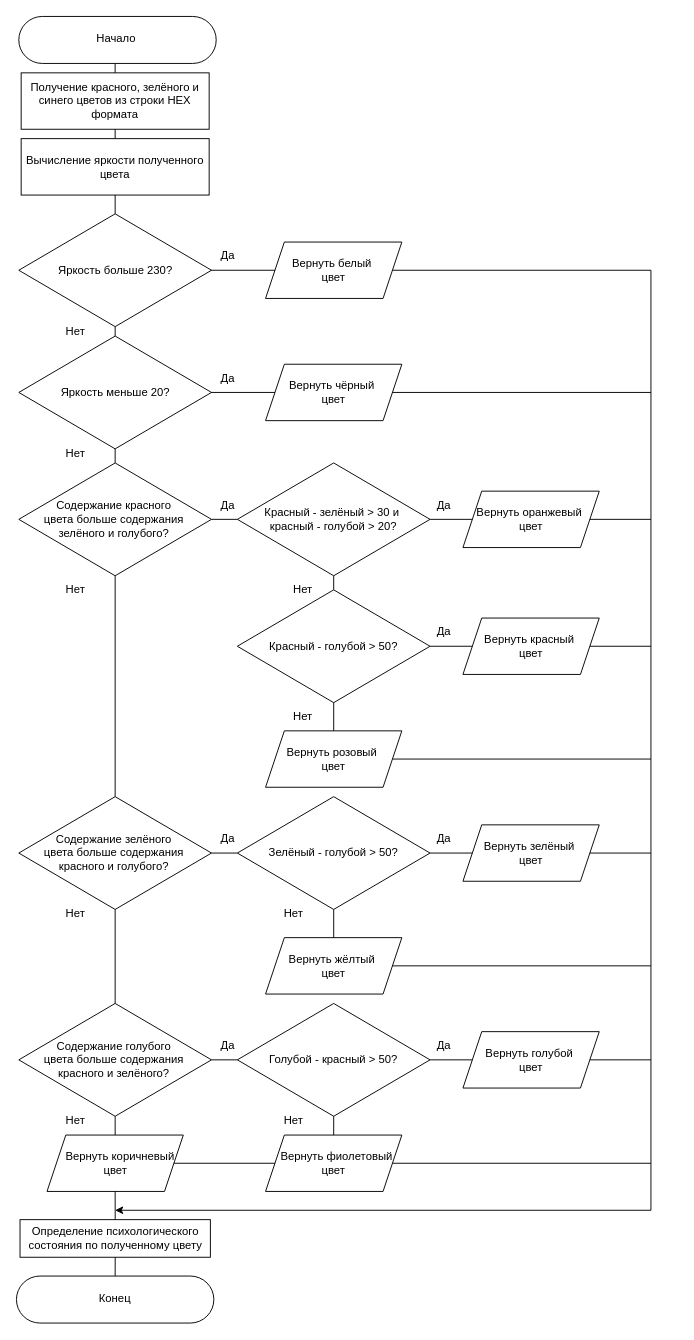
Earlier version of the draw.io diagram reports/Diagrams/alogorythms/psychoColor/psychoColor.drawio (EgorSasim/diary-finances-tracker-app). Source tidied: cells renumbered, new cells numbered last; positions are measured from the earlier drawing's top-left corner, leaving out a move shared by most shapes. Both pictures are drawn from the tidied source at 94%, with x=0, y=0 at pixel (16, 16).
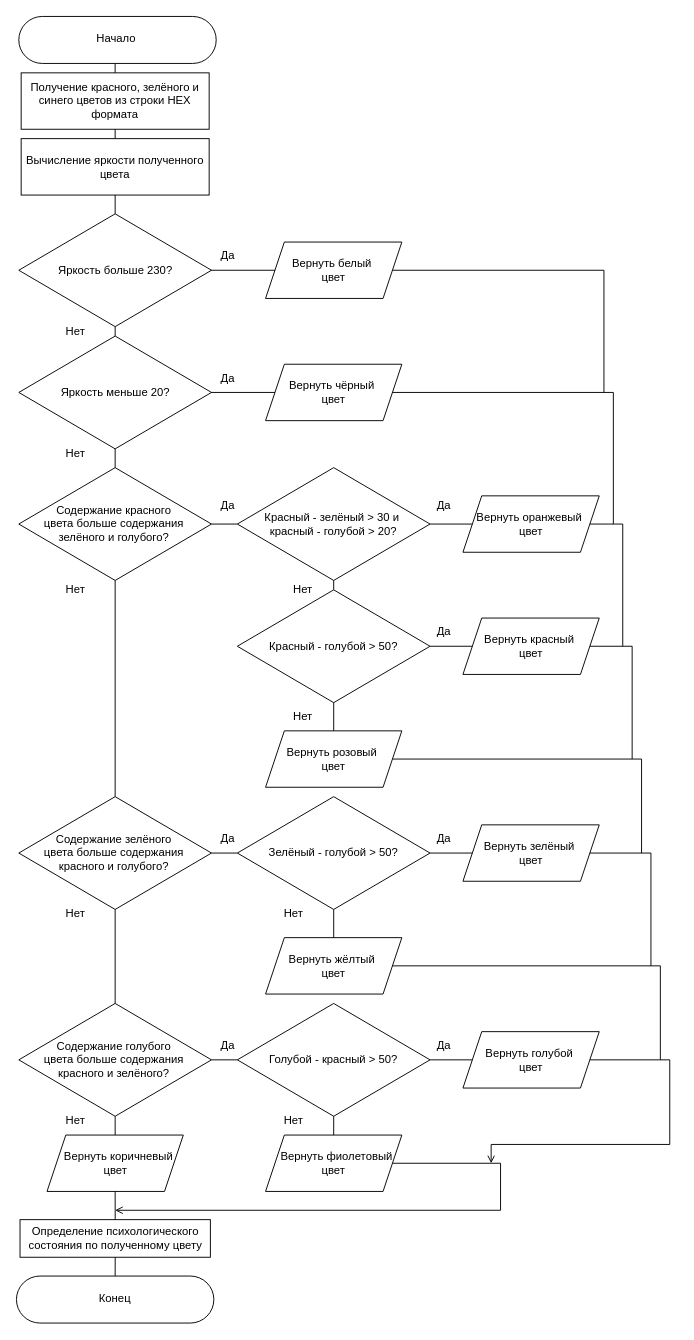
The same page after the edit.

The change refers to these unchanged cells:
```xml
<mxCell id="4" value="Вернуть белый&amp;nbsp;&lt;div&gt;цвет&lt;/div&gt;" style="shape=parallelogram;perimeter=parallelogramPerimeter;whiteSpace=wrap;html=1;fixedSize=1;" parent="1" vertex="1">
  <mxGeometry x="265" y="240" width="145" height="60" as="geometry" />
</mxCell>
<mxCell id="5" value="Вернуть чёрный&amp;nbsp;&lt;div&gt;цвет&lt;/div&gt;" style="shape=parallelogram;perimeter=parallelogramPerimeter;whiteSpace=wrap;html=1;fixedSize=1;" parent="1" vertex="1">
  <mxGeometry x="265" y="370" width="145" height="60" as="geometry" />
</mxCell>
<mxCell id="10" value="Вернуть красный&amp;nbsp;&lt;div&gt;цвет&lt;/div&gt;" style="shape=parallelogram;perimeter=parallelogramPerimeter;whiteSpace=wrap;html=1;fixedSize=1;" parent="1" vertex="1">
  <mxGeometry x="475" y="640" width="145" height="60" as="geometry" />
</mxCell>
<mxCell id="11" value="Вернуть розовый&amp;nbsp;&lt;div&gt;цвет&lt;/div&gt;" style="shape=parallelogram;perimeter=parallelogramPerimeter;whiteSpace=wrap;html=1;fixedSize=1;" parent="1" vertex="1">
  <mxGeometry x="265" y="760" width="145" height="60" as="geometry" />
</mxCell>
<mxCell id="14" value="Вернуть зелёный&amp;nbsp;&lt;div&gt;цвет&lt;/div&gt;" style="shape=parallelogram;perimeter=parallelogramPerimeter;whiteSpace=wrap;html=1;fixedSize=1;" parent="1" vertex="1">
  <mxGeometry x="475" y="860" width="145" height="60" as="geometry" />
</mxCell>
<mxCell id="15" value="Вернуть жёлтый&amp;nbsp;&lt;div&gt;цвет&lt;/div&gt;" style="shape=parallelogram;perimeter=parallelogramPerimeter;whiteSpace=wrap;html=1;fixedSize=1;" parent="1" vertex="1">
  <mxGeometry x="265" y="980" width="145" height="60" as="geometry" />
</mxCell>
<mxCell id="18" value="Вернуть голубой&amp;nbsp;&lt;br&gt;&lt;div&gt;цвет&lt;/div&gt;" style="shape=parallelogram;perimeter=parallelogramPerimeter;whiteSpace=wrap;html=1;fixedSize=1;" parent="1" vertex="1">
  <mxGeometry x="475" y="1080" width="145" height="60" as="geometry" />
</mxCell>
<mxCell id="19" value="&amp;nbsp; &amp;nbsp;Вернуть фиолетовый&amp;nbsp;&lt;br&gt;&lt;div&gt;цвет&lt;/div&gt;" style="shape=parallelogram;perimeter=parallelogramPerimeter;whiteSpace=wrap;html=1;fixedSize=1;" parent="1" vertex="1">
  <mxGeometry x="265" y="1190" width="145" height="60" as="geometry" />
</mxCell>
```

Diff of the diagram source:
```diff
@@
     <mxCell id="6" value="Содержание красного&amp;nbsp;&lt;div&gt;цвета больше содержания&amp;nbsp;&lt;div&gt;зелёного и голубого?&amp;nbsp;&lt;/div&gt;&lt;/div&gt;" style="rhombus;whiteSpace=wrap;html=1;" parent="1" vertex="1">
-      <mxGeometry x="2.5" y="475" width="205" height="120" as="geometry" />
+      <mxGeometry x="2.5" y="480" width="205" height="120" as="geometry" />
     </mxCell>
     <mxCell id="7" value="Красный - зелёный &amp;gt; 30 и&amp;nbsp;&lt;div&gt;красный - голубой &amp;gt; 20?&lt;/div&gt;" style="rhombus;whiteSpace=wrap;html=1;" parent="1" vertex="1">
-      <mxGeometry x="235" y="475" width="205" height="120" as="geometry" />
+      <mxGeometry x="235" y="480" width="205" height="120" as="geometry" />
     </mxCell>
     <mxCell id="8" value="Вернуть оранжевый&amp;nbsp;&lt;div&gt;цвет&lt;/div&gt;" style="shape=parallelogram;perimeter=parallelogramPerimeter;whiteSpace=wrap;html=1;fixedSize=1;" parent="1" vertex="1">
-      <mxGeometry x="475" y="505" width="145" height="60" as="geometry" />
+      <mxGeometry x="475" y="510" width="145" height="60" as="geometry" />
     </mxCell>
@@
-    <mxCell id="20" value="&amp;nbsp; &amp;nbsp;Вернуть коричневый&lt;br&gt;&lt;div&gt;цвет&lt;/div&gt;" style="shape=parallelogram;perimeter=parallelogramPerimeter;whiteSpace=wrap;html=1;fixedSize=1;" parent="1" vertex="1">
+    <mxCell id="20" value="&amp;nbsp; Вернуть коричневый&lt;br&gt;&lt;div&gt;цвет&lt;/div&gt;" style="shape=parallelogram;perimeter=parallelogramPerimeter;whiteSpace=wrap;html=1;fixedSize=1;" parent="1" vertex="1">
       <mxGeometry x="32.5" y="1190" width="145" height="60" as="geometry" />
     </mxCell>
@@
     <mxCell id="25" style="endArrow=none;html=1;rounded=0;exitX=1;exitY=0.5;exitDx=0;exitDy=0;" parent="1" edge="1" source="5">
       <mxGeometry relative="1" as="geometry">
-        <mxPoint x="675" y="400" as="targetPoint" />
+        <mxPoint x="635" y="540" as="targetPoint" />
+        <Array as="points">
+          <mxPoint x="635" y="400" />
+        </Array>
       </mxGeometry>
     </mxCell>
-    <mxCell id="26" style="endArrow=none;html=1;rounded=0;exitX=1;exitY=0.5;exitDx=0;exitDy=0;entryX=0;entryY=0.5;entryDx=0;entryDy=0;" parent="1" edge="1" source="8">
+    <mxCell id="26" style="endArrow=none;html=1;rounded=0;exitX=1;exitY=0.5;exitDx=0;exitDy=0;" parent="1" edge="1" source="8">
       <mxGeometry relative="1" as="geometry">
-        <mxPoint x="675" y="535" as="targetPoint" />
+        <mxPoint x="645" y="670" as="targetPoint" />
+        <Array as="points">
+          <mxPoint x="645" y="540" />
+        </Array>
       </mxGeometry>
     </mxCell>
-    <mxCell id="27" style="endArrow=none;html=1;rounded=0;exitX=1;exitY=0.5;exitDx=0;exitDy=0;entryX=0;entryY=0.5;entryDx=0;entryDy=0;" parent="1" edge="1" source="10">
+    <mxCell id="27" style="endArrow=none;html=1;rounded=0;exitX=1;exitY=0.5;exitDx=0;exitDy=0;" parent="1" edge="1" source="10">
       <mxGeometry relative="1" as="geometry">
-        <mxPoint x="675" y="670" as="targetPoint" />
+        <mxPoint x="655" y="790" as="targetPoint" />
+        <Array as="points">
+          <mxPoint x="655" y="670" />
+        </Array>
       </mxGeometry>
     </mxCell>
     <mxCell id="28" style="endArrow=none;html=1;rounded=0;exitX=1;exitY=0.5;exitDx=0;exitDy=0;" parent="1" edge="1" source="11">
       <mxGeometry relative="1" as="geometry">
-        <mxPoint x="675" y="790" as="targetPoint" />
+        <mxPoint x="665" y="890" as="targetPoint" />
+        <Array as="points">
+          <mxPoint x="665" y="790" />
+        </Array>
       </mxGeometry>
     </mxCell>
-    <mxCell id="29" style="endArrow=none;html=1;rounded=0;exitX=1;exitY=0.5;exitDx=0;exitDy=0;entryX=0;entryY=0.5;entryDx=0;entryDy=0;" parent="1" edge="1" source="14">
+    <mxCell id="29" style="endArrow=none;html=1;rounded=0;exitX=1;exitY=0.5;exitDx=0;exitDy=0;" parent="1" edge="1" source="14">
       <mxGeometry relative="1" as="geometry">
-        <mxPoint x="675" y="890" as="targetPoint" />
+        <mxPoint x="675" y="1010" as="targetPoint" />
+        <Array as="points">
+          <mxPoint x="675" y="890" />
+        </Array>
       </mxGeometry>
     </mxCell>
     <mxCell id="30" style="endArrow=none;html=1;rounded=0;exitX=1;exitY=0.5;exitDx=0;exitDy=0;" parent="1" edge="1" source="15">
       <mxGeometry relative="1" as="geometry">
-        <mxPoint x="675" y="1010" as="targetPoint" />
+        <mxPoint x="685" y="1110" as="targetPoint" />
+        <Array as="points">
+          <mxPoint x="685" y="1010" />
+        </Array>
       </mxGeometry>
     </mxCell>
@@
-    <mxCell id="50" style="endArrow=none;html=1;rounded=0;exitX=0;exitY=0.5;exitDx=0;exitDy=0;entryX=1;entryY=0.5;entryDx=0;entryDy=0;" parent="1" edge="1" target="18">
-      <mxGeometry relative="1" as="geometry">
-        <mxPoint x="675" y="1110" as="sourcePoint" />
-      </mxGeometry>
-    </mxCell>
-    <mxCell id="51" style="endArrow=none;html=1;rounded=0;exitX=0;exitY=0.5;exitDx=0;exitDy=0;entryX=1;entryY=0.5;entryDx=0;entryDy=0;" parent="1" edge="1" source="19" target="20">
-      <mxGeometry relative="1" as="geometry" />
-    </mxCell>
-    <mxCell id="52" style="endArrow=none;html=1;rounded=0;entryX=1;entryY=0.5;entryDx=0;entryDy=0;" parent="1" edge="1" target="19">
+    <mxCell id="52" style="endArrow=open;html=1;rounded=0;endFill=0;exitX=1;exitY=0.5;exitDx=0;exitDy=0;" parent="1" edge="1" source="19">
       <mxGeometry relative="1" as="geometry">
-        <mxPoint x="675" y="1220" as="sourcePoint" />
+        <mxPoint x="105" y="1270" as="targetPoint" />
+        <Array as="points">
+          <mxPoint x="515" y="1220" />
+          <mxPoint x="515" y="1270" />
+        </Array>
       </mxGeometry>
     </mxCell>
@@
-    <mxCell id="76" style="endArrow=classic;html=1;rounded=0;exitX=1;exitY=0.5;exitDx=0;exitDy=0;" parent="1" edge="1" source="4">
-      <mxGeometry relative="1" as="geometry">
-        <mxPoint x="105" y="1270" as="targetPoint" />
-        <Array as="points">
-          <mxPoint x="675" y="270" />
-          <mxPoint x="675" y="1270" />
-        </Array>
-      </mxGeometry>
-    </mxCell>
+    <mxCell id="77" style="endArrow=none;html=1;rounded=0;exitX=1;exitY=0.5;exitDx=0;exitDy=0;" parent="1" edge="1" source="4">
+      <mxGeometry relative="1" as="geometry">
+        <mxPoint x="625" y="400" as="targetPoint" />
+        <Array as="points">
+          <mxPoint x="625" y="270" />
+        </Array>
+      </mxGeometry>
+    </mxCell>
+    <mxCell id="78" style="endArrow=open;html=1;rounded=0;exitX=1;exitY=0.5;exitDx=0;exitDy=0;endFill=0;" parent="1" edge="1" source="18">
+      <mxGeometry relative="1" as="geometry">
+        <mxPoint x="505" y="1220" as="targetPoint" />
+        <Array as="points">
+          <mxPoint x="695" y="1110" />
+          <mxPoint x="695" y="1200" />
+          <mxPoint x="505" y="1200" />
+        </Array>
+      </mxGeometry>
+    </mxCell>
```
